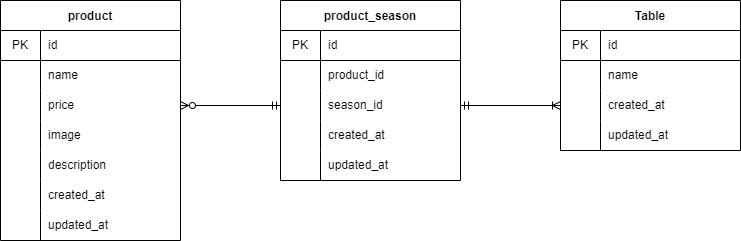
The draw.io diagram index.drawio.png in nanami310/freshly-picked, before a commit. Source tidied: cells renumbered, new cells last; positions are measured from the earlier drawing's top-left corner, leaving out a move shared by most shapes. Its diagram source:
```xml
<mxGraphModel>
  <root>
    <mxCell id="0" />
    <mxCell id="1" parent="0" />
    <mxCell id="2" value="product" style="shape=table;startSize=30;rowLines=0;fontStyle=1;" parent="1" vertex="1">
      <mxGeometry width="180" height="240" as="geometry" />
    </mxCell>
    <mxCell id="3" style="shape=tableRow;horizontal=0;startSize=0;swimlaneHead=0;swimlaneBody=0;top=0;left=0;bottom=1;right=0;fillColor=none;" parent="2" vertex="1">
      <mxGeometry y="30" width="180" height="30" as="geometry" />
    </mxCell>
    <mxCell id="4" value="PK" style="shape=partialRectangle;html=1;whiteSpace=wrap;fillColor=none;top=0;left=0;bottom=0;right=0;overflow=hidden;" parent="3" vertex="1">
      <mxGeometry width="40" height="30" as="geometry" />
    </mxCell>
    <mxCell id="5" value="id" style="shape=partialRectangle;html=1;whiteSpace=wrap;fillColor=none;top=0;left=0;bottom=0;right=0;align=left;spacingLeft=6;overflow=hidden;" parent="3" vertex="1">
      <mxGeometry x="40" width="140" height="30" as="geometry" />
    </mxCell>
    <mxCell id="6" style="shape=tableRow;horizontal=0;startSize=0;swimlaneHead=0;swimlaneBody=0;top=0;left=0;bottom=0;right=0;fillColor=none;" parent="2" vertex="1">
      <mxGeometry y="60" width="180" height="30" as="geometry" />
    </mxCell>
    <mxCell id="7" style="shape=partialRectangle;html=1;whiteSpace=wrap;fillColor=none;top=0;left=0;bottom=0;right=0;overflow=hidden;" parent="6" vertex="1">
      <mxGeometry width="40" height="30" as="geometry" />
    </mxCell>
    <mxCell id="8" value="name" style="shape=partialRectangle;html=1;whiteSpace=wrap;fillColor=none;top=0;left=0;bottom=0;right=0;align=left;spacingLeft=6;overflow=hidden;" parent="6" vertex="1">
      <mxGeometry x="40" width="140" height="30" as="geometry" />
    </mxCell>
    <mxCell id="9" style="shape=tableRow;horizontal=0;startSize=0;swimlaneHead=0;swimlaneBody=0;top=0;left=0;bottom=0;right=0;fillColor=none;points=[[0,0.5],[1,0.5]];portConstraint=eastwest;" parent="2" vertex="1">
      <mxGeometry y="90" width="180" height="30" as="geometry" />
    </mxCell>
    <mxCell id="10" style="shape=partialRectangle;html=1;whiteSpace=wrap;fillColor=none;top=0;left=0;bottom=0;right=0;overflow=hidden;" parent="9" vertex="1">
      <mxGeometry width="40" height="30" as="geometry" />
    </mxCell>
    <mxCell id="11" value="price" style="shape=partialRectangle;html=1;whiteSpace=wrap;fillColor=none;top=0;left=0;bottom=0;right=0;align=left;spacingLeft=6;overflow=hidden;" parent="9" vertex="1">
      <mxGeometry x="40" width="140" height="30" as="geometry" />
    </mxCell>
    <mxCell id="12" style="shape=tableRow;horizontal=0;startSize=0;swimlaneHead=0;swimlaneBody=0;top=0;left=0;bottom=0;right=0;fillColor=none;" parent="2" vertex="1">
      <mxGeometry y="120" width="180" height="30" as="geometry" />
    </mxCell>
    <mxCell id="13" style="shape=partialRectangle;html=1;whiteSpace=wrap;fillColor=none;top=0;left=0;bottom=0;right=0;overflow=hidden;" parent="12" vertex="1">
      <mxGeometry width="40" height="30" as="geometry" />
    </mxCell>
    <mxCell id="14" value="image" style="shape=partialRectangle;html=1;whiteSpace=wrap;fillColor=none;top=0;left=0;bottom=0;right=0;align=left;spacingLeft=6;overflow=hidden;" parent="12" vertex="1">
      <mxGeometry x="40" width="140" height="30" as="geometry" />
    </mxCell>
    <mxCell id="15" style="shape=tableRow;horizontal=0;startSize=0;swimlaneHead=0;swimlaneBody=0;top=0;left=0;bottom=0;right=0;fillColor=none;" parent="2" vertex="1">
      <mxGeometry y="150" width="180" height="30" as="geometry" />
    </mxCell>
    <mxCell id="16" style="shape=partialRectangle;html=1;whiteSpace=wrap;fillColor=none;top=0;left=0;bottom=0;right=0;overflow=hidden;" parent="15" vertex="1">
      <mxGeometry width="40" height="30" as="geometry" />
    </mxCell>
    <mxCell id="17" value="description" style="shape=partialRectangle;html=1;whiteSpace=wrap;fillColor=none;top=0;left=0;bottom=0;right=0;align=left;spacingLeft=6;overflow=hidden;" parent="15" vertex="1">
      <mxGeometry x="40" width="140" height="30" as="geometry" />
    </mxCell>
    <mxCell id="18" style="shape=tableRow;horizontal=0;startSize=0;swimlaneHead=0;swimlaneBody=0;top=0;left=0;bottom=0;right=0;fillColor=none;" parent="2" vertex="1">
      <mxGeometry y="180" width="180" height="30" as="geometry" />
    </mxCell>
    <mxCell id="19" style="shape=partialRectangle;html=1;whiteSpace=wrap;fillColor=none;top=0;left=0;bottom=0;right=0;overflow=hidden;" parent="18" vertex="1">
      <mxGeometry width="40" height="30" as="geometry" />
    </mxCell>
    <mxCell id="20" value="created_at" style="shape=partialRectangle;html=1;whiteSpace=wrap;fillColor=none;top=0;left=0;bottom=0;right=0;align=left;spacingLeft=6;overflow=hidden;" parent="18" vertex="1">
      <mxGeometry x="40" width="140" height="30" as="geometry" />
    </mxCell>
    <mxCell id="21" style="shape=tableRow;horizontal=0;startSize=0;swimlaneHead=0;swimlaneBody=0;top=0;left=0;bottom=0;right=0;fillColor=none;" parent="2" vertex="1">
      <mxGeometry y="210" width="180" height="30" as="geometry" />
    </mxCell>
    <mxCell id="22" style="shape=partialRectangle;html=1;whiteSpace=wrap;fillColor=none;top=0;left=0;bottom=0;right=0;overflow=hidden;" parent="21" vertex="1">
      <mxGeometry width="40" height="30" as="geometry" />
    </mxCell>
    <mxCell id="23" value="updated_at" style="shape=partialRectangle;html=1;whiteSpace=wrap;fillColor=none;top=0;left=0;bottom=0;right=0;align=left;spacingLeft=6;overflow=hidden;" parent="21" vertex="1">
      <mxGeometry x="40" width="140" height="30" as="geometry" />
    </mxCell>
    <mxCell id="24" value="product_season" style="shape=table;startSize=30;rowLines=0;fontStyle=1;" parent="1" vertex="1">
      <mxGeometry x="280" width="180" height="180" as="geometry" />
    </mxCell>
    <mxCell id="25" style="shape=tableRow;horizontal=0;startSize=0;swimlaneHead=0;swimlaneBody=0;top=0;left=0;bottom=1;right=0;fillColor=none;" parent="24" vertex="1">
      <mxGeometry y="30" width="180" height="30" as="geometry" />
    </mxCell>
    <mxCell id="26" value="PK" style="shape=partialRectangle;html=1;whiteSpace=wrap;fillColor=none;top=0;left=0;bottom=0;right=0;overflow=hidden;" parent="25" vertex="1">
      <mxGeometry width="40" height="30" as="geometry" />
    </mxCell>
    <mxCell id="27" value="id" style="shape=partialRectangle;html=1;whiteSpace=wrap;fillColor=none;top=0;left=0;bottom=0;right=0;align=left;spacingLeft=6;overflow=hidden;" parent="25" vertex="1">
      <mxGeometry x="40" width="140" height="30" as="geometry" />
    </mxCell>
    <mxCell id="28" style="shape=tableRow;horizontal=0;startSize=0;swimlaneHead=0;swimlaneBody=0;top=0;left=0;bottom=0;right=0;fillColor=none;" parent="24" vertex="1">
      <mxGeometry y="60" width="180" height="30" as="geometry" />
    </mxCell>
    <mxCell id="29" style="shape=partialRectangle;html=1;whiteSpace=wrap;fillColor=none;top=0;left=0;bottom=0;right=0;overflow=hidden;" parent="28" vertex="1">
      <mxGeometry width="40" height="30" as="geometry" />
    </mxCell>
    <mxCell id="30" value="product_id" style="shape=partialRectangle;html=1;whiteSpace=wrap;fillColor=none;top=0;left=0;bottom=0;right=0;align=left;spacingLeft=6;overflow=hidden;" parent="28" vertex="1">
      <mxGeometry x="40" width="140" height="30" as="geometry" />
    </mxCell>
    <mxCell id="31" style="shape=tableRow;horizontal=0;startSize=0;swimlaneHead=0;swimlaneBody=0;top=0;left=0;bottom=0;right=0;fillColor=none;points=[[0,0.5],[1,0.5]];portConstraint=eastwest;" parent="24" vertex="1">
      <mxGeometry y="90" width="180" height="30" as="geometry" />
    </mxCell>
    <mxCell id="32" style="shape=partialRectangle;html=1;whiteSpace=wrap;fillColor=none;top=0;left=0;bottom=0;right=0;overflow=hidden;" parent="31" vertex="1">
      <mxGeometry width="40" height="30" as="geometry" />
    </mxCell>
    <mxCell id="33" value="season_id" style="shape=partialRectangle;html=1;whiteSpace=wrap;fillColor=none;top=0;left=0;bottom=0;right=0;align=left;spacingLeft=6;overflow=hidden;" parent="31" vertex="1">
      <mxGeometry x="40" width="140" height="30" as="geometry" />
    </mxCell>
    <mxCell id="34" style="shape=tableRow;horizontal=0;startSize=0;swimlaneHead=0;swimlaneBody=0;top=0;left=0;bottom=0;right=0;fillColor=none;" parent="24" vertex="1">
      <mxGeometry y="120" width="180" height="30" as="geometry" />
    </mxCell>
    <mxCell id="35" style="shape=partialRectangle;html=1;whiteSpace=wrap;fillColor=none;top=0;left=0;bottom=0;right=0;overflow=hidden;" parent="34" vertex="1">
      <mxGeometry width="40" height="30" as="geometry" />
    </mxCell>
    <mxCell id="36" value="created_at" style="shape=partialRectangle;html=1;whiteSpace=wrap;fillColor=none;top=0;left=0;bottom=0;right=0;align=left;spacingLeft=6;overflow=hidden;" parent="34" vertex="1">
      <mxGeometry x="40" width="140" height="30" as="geometry" />
    </mxCell>
    <mxCell id="37" style="shape=tableRow;horizontal=0;startSize=0;swimlaneHead=0;swimlaneBody=0;top=0;left=0;bottom=0;right=0;fillColor=none;" parent="24" vertex="1">
      <mxGeometry y="150" width="180" height="30" as="geometry" />
    </mxCell>
    <mxCell id="38" style="shape=partialRectangle;html=1;whiteSpace=wrap;fillColor=none;top=0;left=0;bottom=0;right=0;overflow=hidden;" parent="37" vertex="1">
      <mxGeometry width="40" height="30" as="geometry" />
    </mxCell>
    <mxCell id="39" value="updated_at" style="shape=partialRectangle;html=1;whiteSpace=wrap;fillColor=none;top=0;left=0;bottom=0;right=0;align=left;spacingLeft=6;overflow=hidden;" parent="37" vertex="1">
      <mxGeometry x="40" width="140" height="30" as="geometry" />
    </mxCell>
    <mxCell id="40" value="Table" style="shape=table;startSize=30;rowLines=0;fontStyle=1;" parent="1" vertex="1">
      <mxGeometry x="560" width="180" height="150" as="geometry" />
    </mxCell>
    <mxCell id="41" style="shape=tableRow;horizontal=0;startSize=0;swimlaneHead=0;swimlaneBody=0;top=0;left=0;bottom=1;right=0;fillColor=none;" parent="40" vertex="1">
      <mxGeometry y="30" width="180" height="30" as="geometry" />
    </mxCell>
    <mxCell id="42" value="PK" style="shape=partialRectangle;html=1;whiteSpace=wrap;fillColor=none;top=0;left=0;bottom=0;right=0;overflow=hidden;" parent="41" vertex="1">
      <mxGeometry width="40" height="30" as="geometry" />
    </mxCell>
    <mxCell id="43" value="id" style="shape=partialRectangle;html=1;whiteSpace=wrap;fillColor=none;top=0;left=0;bottom=0;right=0;align=left;spacingLeft=6;overflow=hidden;" parent="41" vertex="1">
      <mxGeometry x="40" width="140" height="30" as="geometry" />
    </mxCell>
    <mxCell id="44" style="shape=tableRow;horizontal=0;startSize=0;swimlaneHead=0;swimlaneBody=0;top=0;left=0;bottom=0;right=0;fillColor=none;" parent="40" vertex="1">
      <mxGeometry y="60" width="180" height="30" as="geometry" />
    </mxCell>
    <mxCell id="45" style="shape=partialRectangle;html=1;whiteSpace=wrap;fillColor=none;top=0;left=0;bottom=0;right=0;overflow=hidden;" parent="44" vertex="1">
      <mxGeometry width="40" height="30" as="geometry" />
    </mxCell>
    <mxCell id="46" value="name" style="shape=partialRectangle;html=1;whiteSpace=wrap;fillColor=none;top=0;left=0;bottom=0;right=0;align=left;spacingLeft=6;overflow=hidden;" parent="44" vertex="1">
      <mxGeometry x="40" width="140" height="30" as="geometry" />
    </mxCell>
    <mxCell id="47" style="shape=tableRow;horizontal=0;startSize=0;swimlaneHead=0;swimlaneBody=0;top=0;left=0;bottom=0;right=0;fillColor=none;points=[[0,0.5],[1,0.5]];portConstraint=eastwest;" parent="40" vertex="1">
      <mxGeometry y="90" width="180" height="30" as="geometry" />
    </mxCell>
    <mxCell id="48" style="shape=partialRectangle;html=1;whiteSpace=wrap;fillColor=none;top=0;left=0;bottom=0;right=0;overflow=hidden;" parent="47" vertex="1">
      <mxGeometry width="40" height="30" as="geometry" />
    </mxCell>
    <mxCell id="49" value="created_at" style="shape=partialRectangle;html=1;whiteSpace=wrap;fillColor=none;top=0;left=0;bottom=0;right=0;align=left;spacingLeft=6;overflow=hidden;" parent="47" vertex="1">
      <mxGeometry x="40" width="140" height="30" as="geometry" />
    </mxCell>
    <mxCell id="50" style="shape=tableRow;horizontal=0;startSize=0;swimlaneHead=0;swimlaneBody=0;top=0;left=0;bottom=0;right=0;fillColor=none;" parent="40" vertex="1">
      <mxGeometry y="120" width="180" height="30" as="geometry" />
    </mxCell>
    <mxCell id="51" style="shape=partialRectangle;html=1;whiteSpace=wrap;fillColor=none;top=0;left=0;bottom=0;right=0;overflow=hidden;" parent="50" vertex="1">
      <mxGeometry width="40" height="30" as="geometry" />
    </mxCell>
    <mxCell id="52" value="updated_at" style="shape=partialRectangle;html=1;whiteSpace=wrap;fillColor=none;top=0;left=0;bottom=0;right=0;align=left;spacingLeft=6;overflow=hidden;" parent="50" vertex="1">
      <mxGeometry x="40" width="140" height="30" as="geometry" />
    </mxCell>
    <mxCell id="53" style="edgeStyle=none;html=1;exitX=1;exitY=0.5;exitDx=0;exitDy=0;entryX=0;entryY=0.5;entryDx=0;entryDy=0;startArrow=ERzeroToMany;startFill=0;endArrow=ERmandOne;endFill=0;" parent="1" edge="1" source="9" target="31">
      <mxGeometry relative="1" as="geometry" />
    </mxCell>
    <mxCell id="54" style="edgeStyle=none;html=1;exitX=1;exitY=0.5;exitDx=0;exitDy=0;entryX=0;entryY=0.5;entryDx=0;entryDy=0;startArrow=ERmandOne;startFill=0;endArrow=ERoneToMany;endFill=0;" parent="1" edge="1" source="31" target="47">
      <mxGeometry relative="1" as="geometry" />
    </mxCell>
  </root>
</mxGraphModel>
```
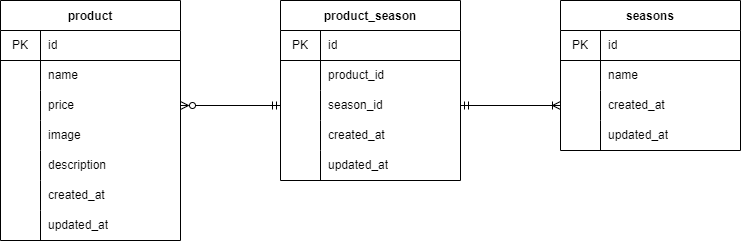
Above is the later version.

Change to the diagram source:
```diff
@@ -116,7 +116,7 @@
     <mxCell id="39" value="updated_at" style="shape=partialRectangle;html=1;whiteSpace=wrap;fillColor=none;top=0;left=0;bottom=0;right=0;align=left;spacingLeft=6;overflow=hidden;" parent="37" vertex="1">
       <mxGeometry x="40" width="140" height="30" as="geometry" />
     </mxCell>
-    <mxCell id="40" value="Table" style="shape=table;startSize=30;rowLines=0;fontStyle=1;" parent="1" vertex="1">
+    <mxCell id="40" value="seasons" style="shape=table;startSize=30;rowLines=0;fontStyle=1;" parent="1" vertex="1">
       <mxGeometry x="560" width="180" height="150" as="geometry" />
     </mxCell>
     <mxCell id="41" style="shape=tableRow;horizontal=0;startSize=0;swimlaneHead=0;swimlaneBody=0;top=0;left=0;bottom=1;right=0;fillColor=none;" parent="40" vertex="1">
```
